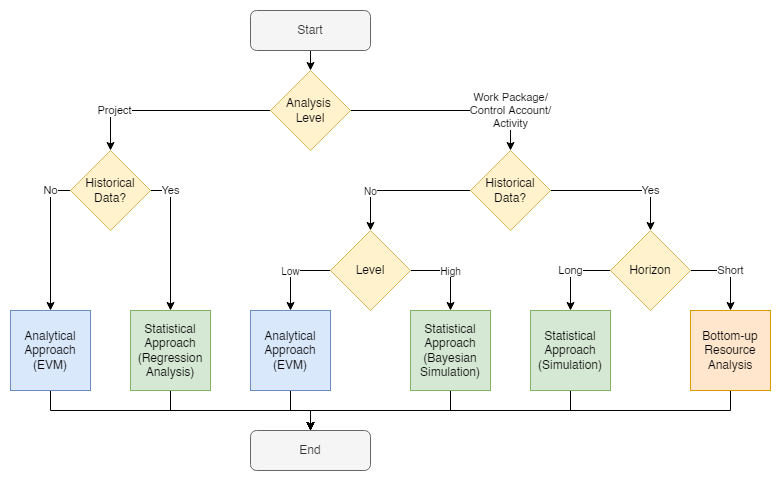
Earlier version of the draw.io export book/images/FigEAC-1.drawio.png (PM-League/PM-League.github.io). Source tidied: cells renumbered, new cells last; positions are measured from the earlier drawing's top-left corner, leaving out a move shared by most shapes.
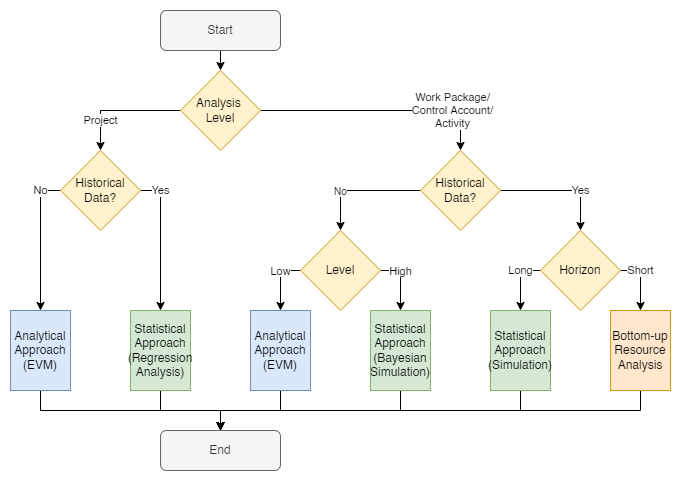
Later version of the same file.

Diff of the diagram source:
```diff
@@ -3,62 +3,64 @@
     <mxCell id="0" />
     <mxCell id="1" parent="0" />
     <mxCell id="2" style="rounded=0;whiteSpace=wrap;html=1;fontSize=10;strokeColor=none;" parent="1" vertex="1">
-      <mxGeometry width="780" height="480" as="geometry" />
+      <mxGeometry x="10" width="680" height="480" as="geometry" />
     </mxCell>
-    <mxCell id="3" style="edgeStyle=orthogonalEdgeStyle;rounded=0;jettySize=auto;html=1;exitX=0.5;exitY=1;exitDx=0;exitDy=0;entryX=0.5;entryY=0;entryDx=0;entryDy=0;" parent="1" edge="1" source="4" target="7">
-      <mxGeometry relative="1" as="geometry" />
+    <mxCell id="3" style="edgeStyle=orthogonalEdgeStyle;rounded=0;jettySize=auto;html=1;exitX=0.5;exitY=1;exitDx=0;exitDy=0;entryX=0.5;entryY=0;entryDx=0;entryDy=0;" parent="1" edge="1" target="7">
+      <mxGeometry relative="1" as="geometry">
+        <mxPoint x="280" y="50" as="sourcePoint" />
+      </mxGeometry>
     </mxCell>
     <mxCell id="4" value="Start" style="rounded=1;whiteSpace=wrap;html=1;fillColor=#f5f5f5;fontColor=#333333;strokeColor=#666666;" parent="1" vertex="1">
-      <mxGeometry x="250" y="10" width="120" height="40" as="geometry" />
+      <mxGeometry x="170" y="10" width="120" height="40" as="geometry" />
     </mxCell>
     <mxCell id="5" value="Work Package/&lt;br&gt;Control Account/&lt;br&gt;Activity" style="edgeStyle=orthogonalEdgeStyle;rounded=0;jettySize=auto;html=1;exitX=1;exitY=0.5;exitDx=0;exitDy=0;entryX=0.5;entryY=0;entryDx=0;entryDy=0;" parent="1" edge="1" source="7" target="10">
       <mxGeometry x="0.6" relative="1" as="geometry" />
     </mxCell>
     <mxCell id="6" value="Project" style="edgeStyle=orthogonalEdgeStyle;rounded=0;jettySize=auto;html=1;exitX=0;exitY=0.5;exitDx=0;exitDy=0;entryX=0.5;entryY=0;entryDx=0;entryDy=0;" parent="1" edge="1" source="7" target="22">
-      <mxGeometry x="0.56" relative="1" as="geometry">
+      <mxGeometry x="0.5" relative="1" as="geometry">
         <Array as="points">
           <mxPoint x="110" y="110" />
         </Array>
       </mxGeometry>
     </mxCell>
     <mxCell id="7" value="Analysis &lt;br&gt;Level" style="rhombus;whiteSpace=wrap;html=1;fillColor=#fff2cc;strokeColor=#d6b656;" parent="1" vertex="1">
-      <mxGeometry x="270" y="70" width="80" height="80" as="geometry" />
+      <mxGeometry x="190" y="70" width="80" height="80" as="geometry" />
     </mxCell>
     <mxCell id="8" value="Yes" style="edgeStyle=orthogonalEdgeStyle;rounded=0;jettySize=auto;html=1;exitX=1;exitY=0.5;exitDx=0;exitDy=0;entryX=0.5;entryY=0;entryDx=0;entryDy=0;" parent="1" edge="1" source="10" target="15">
-      <mxGeometry x="0.43" relative="1" as="geometry" />
+      <mxGeometry x="0.33" relative="1" as="geometry" />
     </mxCell>
     <mxCell id="9" value="No" style="edgeStyle=orthogonalEdgeStyle;rounded=0;jettySize=auto;html=1;exitX=0;exitY=0.5;exitDx=0;exitDy=0;entryX=0.5;entryY=0;entryDx=0;entryDy=0;fontSize=10;" parent="1" edge="1" source="10" target="32">
-      <mxGeometry x="0.43" relative="1" as="geometry" />
+      <mxGeometry x="0.33" relative="1" as="geometry" />
     </mxCell>
     <mxCell id="10" value="Historical Data?" style="rhombus;whiteSpace=wrap;html=1;fillColor=#fff2cc;strokeColor=#d6b656;" parent="1" vertex="1">
-      <mxGeometry x="470" y="150" width="80" height="80" as="geometry" />
+      <mxGeometry x="430" y="150" width="80" height="80" as="geometry" />
     </mxCell>
-    <mxCell id="11" style="edgeStyle=orthogonalEdgeStyle;rounded=0;jettySize=auto;html=1;exitX=0.5;exitY=1;exitDx=0;exitDy=0;entryX=0.5;entryY=0;entryDx=0;entryDy=0;fontSize=10;" parent="1" edge="1" source="12" target="27">
+    <mxCell id="11" style="edgeStyle=orthogonalEdgeStyle;rounded=0;jettySize=auto;html=1;exitX=0.5;exitY=1;exitDx=0;exitDy=0;entryX=0.5;entryY=0;entryDx=0;entryDy=0;fontSize=11;" parent="1" edge="1" source="12" target="27">
       <mxGeometry relative="1" as="geometry" />
     </mxCell>
     <mxCell id="12" value="Statistical Approach (Simulation)" style="rounded=0;whiteSpace=wrap;html=1;fillColor=#d5e8d4;strokeColor=#82b366;" parent="1" vertex="1">
-      <mxGeometry x="530" y="310" width="80" height="80" as="geometry" />
+      <mxGeometry x="500" y="310" width="60" height="80" as="geometry" />
     </mxCell>
     <mxCell id="13" value="Long" style="edgeStyle=orthogonalEdgeStyle;rounded=0;jettySize=auto;html=1;exitX=0;exitY=0.5;exitDx=0;exitDy=0;entryX=0.5;entryY=0;entryDx=0;entryDy=0;" parent="1" edge="1" source="15" target="12">
-      <mxGeometry relative="1" as="geometry" />
+      <mxGeometry x="-0.33" relative="1" as="geometry" />
     </mxCell>
     <mxCell id="14" value="Short" style="edgeStyle=orthogonalEdgeStyle;rounded=0;jettySize=auto;html=1;exitX=1;exitY=0.5;exitDx=0;exitDy=0;entryX=0.5;entryY=0;entryDx=0;entryDy=0;" parent="1" edge="1" source="15" target="17">
-      <mxGeometry relative="1" as="geometry" />
+      <mxGeometry x="-0.33" relative="1" as="geometry" />
     </mxCell>
     <mxCell id="15" value="Horizon" style="rhombus;whiteSpace=wrap;html=1;fillColor=#fff2cc;strokeColor=#d6b656;" parent="1" vertex="1">
-      <mxGeometry x="610" y="230" width="80" height="80" as="geometry" />
+      <mxGeometry x="550" y="230" width="80" height="80" as="geometry" />
     </mxCell>
-    <mxCell id="16" style="edgeStyle=orthogonalEdgeStyle;rounded=0;jettySize=auto;html=1;exitX=0.5;exitY=1;exitDx=0;exitDy=0;entryX=0.5;entryY=0;entryDx=0;entryDy=0;fontSize=10;" parent="1" edge="1" source="17" target="27">
+    <mxCell id="16" style="edgeStyle=orthogonalEdgeStyle;rounded=0;jettySize=auto;html=1;exitX=0.5;exitY=1;exitDx=0;exitDy=0;entryX=0.5;entryY=0;entryDx=0;entryDy=0;fontSize=11;" parent="1" edge="1" source="17" target="27">
       <mxGeometry relative="1" as="geometry" />
     </mxCell>
     <mxCell id="17" value="Bottom-up Resource Analysis" style="rounded=0;whiteSpace=wrap;html=1;fillColor=#ffe6cc;strokeColor=#d79b00;" parent="1" vertex="1">
-      <mxGeometry x="690" y="310" width="80" height="80" as="geometry" />
+      <mxGeometry x="620" y="310" width="60" height="80" as="geometry" />
     </mxCell>
-    <mxCell id="18" style="edgeStyle=orthogonalEdgeStyle;rounded=0;jettySize=auto;html=1;exitX=0.5;exitY=1;exitDx=0;exitDy=0;fontSize=10;entryX=0.5;entryY=0;entryDx=0;entryDy=0;" parent="1" edge="1" source="19" target="27">
+    <mxCell id="18" style="edgeStyle=orthogonalEdgeStyle;rounded=0;jettySize=auto;html=1;exitX=0.5;exitY=1;exitDx=0;exitDy=0;entryX=0.5;entryY=0;entryDx=0;entryDy=0;fontSize=11;" parent="1" edge="1" source="19" target="27">
       <mxGeometry relative="1" as="geometry" />
     </mxCell>
     <mxCell id="19" value="Statistical Approach (Bayesian Simulation)" style="rounded=0;whiteSpace=wrap;html=1;fillColor=#d5e8d4;strokeColor=#82b366;" parent="1" vertex="1">
-      <mxGeometry x="410" y="310" width="80" height="80" as="geometry" />
+      <mxGeometry x="380" y="310" width="60" height="80" as="geometry" />
     </mxCell>
     <mxCell id="20" value="Yes" style="edgeStyle=orthogonalEdgeStyle;rounded=0;jettySize=auto;html=1;exitX=1;exitY=0.5;exitDx=0;exitDy=0;entryX=0.5;entryY=0;entryDx=0;entryDy=0;" parent="1" edge="1" source="22" target="24">
       <mxGeometry x="-0.71" relative="1" as="geometry">
@@ -73,35 +75,39 @@
     <mxCell id="22" value="Historical Data?" style="rhombus;whiteSpace=wrap;html=1;fillColor=#fff2cc;strokeColor=#d6b656;fontStyle=0;" parent="1" vertex="1">
       <mxGeometry x="70" y="150" width="80" height="80" as="geometry" />
     </mxCell>
-    <mxCell id="23" style="edgeStyle=orthogonalEdgeStyle;rounded=0;jettySize=auto;html=1;exitX=0.5;exitY=1;exitDx=0;exitDy=0;entryX=0.5;entryY=0;entryDx=0;entryDy=0;fontSize=10;" parent="1" edge="1" source="24" target="27">
+    <mxCell id="23" style="edgeStyle=orthogonalEdgeStyle;rounded=0;jettySize=auto;html=1;exitX=0.5;exitY=1;exitDx=0;exitDy=0;entryX=0.5;entryY=0;entryDx=0;entryDy=0;fontSize=11;" parent="1" edge="1" source="24" target="27">
       <mxGeometry relative="1" as="geometry" />
     </mxCell>
     <mxCell id="24" value="Statistical Approach (Regression Analysis)" style="rounded=0;whiteSpace=wrap;html=1;fillColor=#d5e8d4;strokeColor=#82b366;" parent="1" vertex="1">
-      <mxGeometry x="130" y="310" width="80" height="80" as="geometry" />
+      <mxGeometry x="140" y="310" width="60" height="80" as="geometry" />
     </mxCell>
-    <mxCell id="25" style="edgeStyle=orthogonalEdgeStyle;rounded=0;jettySize=auto;html=1;exitX=0.5;exitY=1;exitDx=0;exitDy=0;entryX=0.5;entryY=0;entryDx=0;entryDy=0;fontSize=10;" parent="1" edge="1" source="26" target="27">
+    <mxCell id="25" style="edgeStyle=orthogonalEdgeStyle;rounded=0;jettySize=auto;html=1;exitX=0.5;exitY=1;exitDx=0;exitDy=0;entryX=0.5;entryY=0;entryDx=0;entryDy=0;fontSize=11;" parent="1" edge="1" source="26" target="27">
       <mxGeometry relative="1" as="geometry" />
     </mxCell>
     <mxCell id="26" value="Analytical Approach (EVM)" style="rounded=0;whiteSpace=wrap;html=1;fillColor=#dae8fc;strokeColor=#6c8ebf;" parent="1" vertex="1">
-      <mxGeometry x="10" y="310" width="80" height="80" as="geometry" />
+      <mxGeometry x="20" y="310" width="60" height="80" as="geometry" />
     </mxCell>
     <mxCell id="27" value="End" style="rounded=1;whiteSpace=wrap;html=1;fillColor=#f5f5f5;fontColor=#333333;strokeColor=#666666;" parent="1" vertex="1">
-      <mxGeometry x="250" y="430" width="120" height="40" as="geometry" />
+      <mxGeometry x="170" y="430" width="120" height="40" as="geometry" />
     </mxCell>
-    <mxCell id="28" style="edgeStyle=orthogonalEdgeStyle;rounded=0;jettySize=auto;html=1;exitX=0.5;exitY=1;exitDx=0;exitDy=0;entryX=0.5;entryY=0;entryDx=0;entryDy=0;fontSize=10;" parent="1" edge="1" source="29" target="27">
+    <mxCell id="28" style="edgeStyle=orthogonalEdgeStyle;rounded=0;jettySize=auto;html=1;exitX=0.5;exitY=1;exitDx=0;exitDy=0;entryX=0.5;entryY=0;entryDx=0;entryDy=0;fontSize=11;" parent="1" edge="1" source="29" target="27">
       <mxGeometry relative="1" as="geometry" />
     </mxCell>
     <mxCell id="29" value="Analytical Approach (EVM)" style="rounded=0;whiteSpace=wrap;html=1;fillColor=#dae8fc;strokeColor=#6c8ebf;" parent="1" vertex="1">
-      <mxGeometry x="250" y="310" width="80" height="80" as="geometry" />
+      <mxGeometry x="260" y="310" width="60" height="80" as="geometry" />
     </mxCell>
-    <mxCell id="30" value="Low" style="edgeStyle=orthogonalEdgeStyle;rounded=0;jettySize=auto;html=1;exitX=0;exitY=0.5;exitDx=0;exitDy=0;entryX=0.5;entryY=0;entryDx=0;entryDy=0;fontSize=10;" parent="1" edge="1" source="32" target="29">
-      <mxGeometry relative="1" as="geometry" />
+    <mxCell id="30" value="&lt;font style=&quot;font-size: 11px;&quot;&gt;Low&lt;/font&gt;" style="edgeStyle=orthogonalEdgeStyle;rounded=0;jettySize=auto;html=1;exitX=0;exitY=0.5;exitDx=0;exitDy=0;entryX=0.5;entryY=0;entryDx=0;entryDy=0;fontSize=10;" parent="1" edge="1" source="32" target="29">
+      <mxGeometry x="-0.33" relative="1" as="geometry">
+        <Array as="points">
+          <mxPoint x="290" y="270" />
+        </Array>
+      </mxGeometry>
     </mxCell>
-    <mxCell id="31" value="High" style="edgeStyle=orthogonalEdgeStyle;rounded=0;jettySize=auto;html=1;exitX=1;exitY=0.5;exitDx=0;exitDy=0;entryX=0.5;entryY=0;entryDx=0;entryDy=0;fontSize=10;" parent="1" edge="1" source="32" target="19">
-      <mxGeometry relative="1" as="geometry" />
+    <mxCell id="31" value="&lt;font style=&quot;font-size: 11px;&quot;&gt;High&lt;/font&gt;" style="edgeStyle=orthogonalEdgeStyle;rounded=0;jettySize=auto;html=1;exitX=1;exitY=0.5;exitDx=0;exitDy=0;entryX=0.5;entryY=0;entryDx=0;entryDy=0;fontSize=10;" parent="1" edge="1" source="32" target="19">
+      <mxGeometry x="-0.33" relative="1" as="geometry" />
     </mxCell>
     <mxCell id="32" value="Level" style="rhombus;whiteSpace=wrap;html=1;fillColor=#fff2cc;strokeColor=#d6b656;" parent="1" vertex="1">
-      <mxGeometry x="330" y="230" width="80" height="80" as="geometry" />
+      <mxGeometry x="310" y="230" width="80" height="80" as="geometry" />
     </mxCell>
   </root>
 </mxGraphModel>
```
